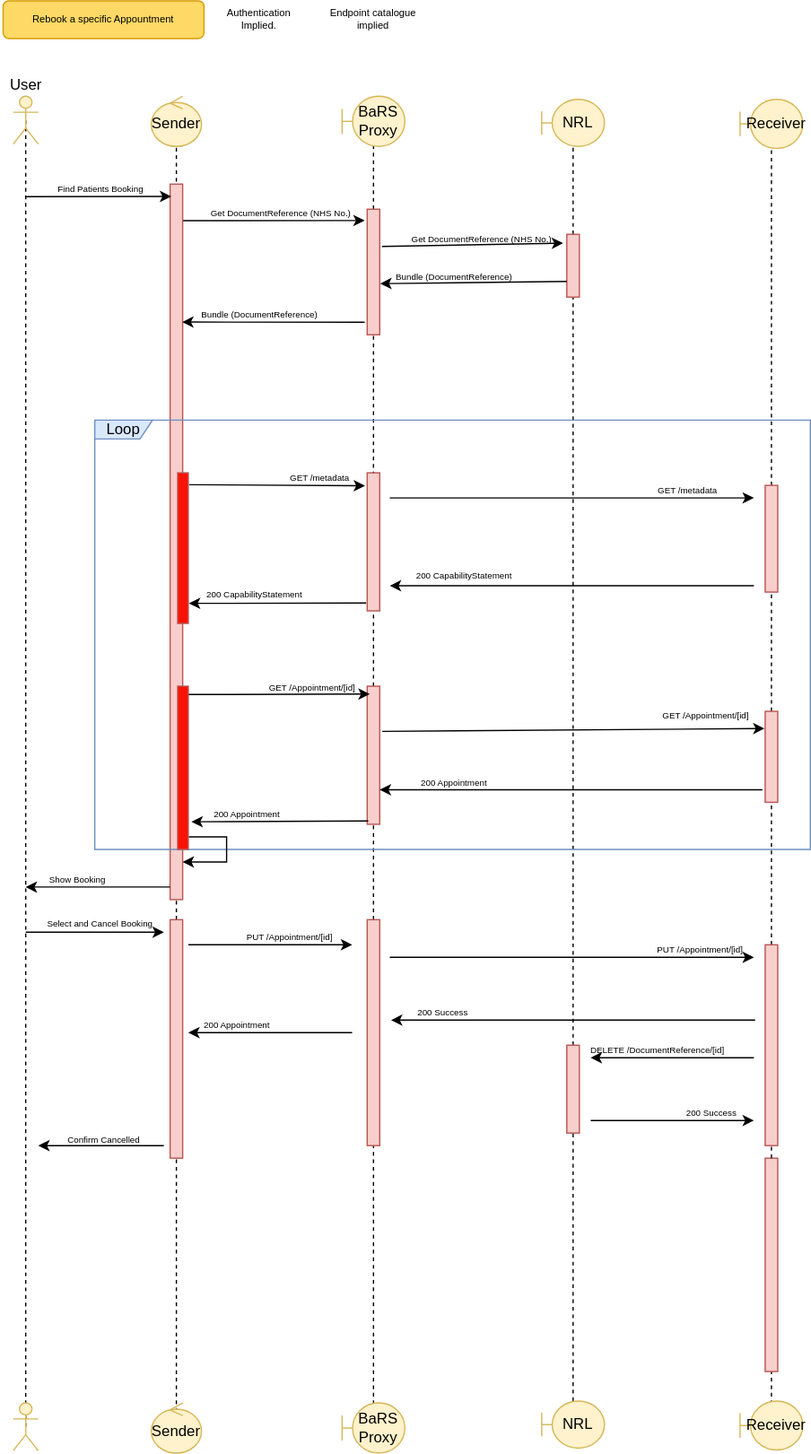
The draw.io diagram src/images/SequenceDiagrams/BaRS_Foundation_Cancel.drawio.svg in NHSDigital/booking-and-referral-media, before a commit. Source tidied: cells renumbered, new cells last; positions are measured from the earlier drawing's top-left corner, leaving out a move shared by most shapes.
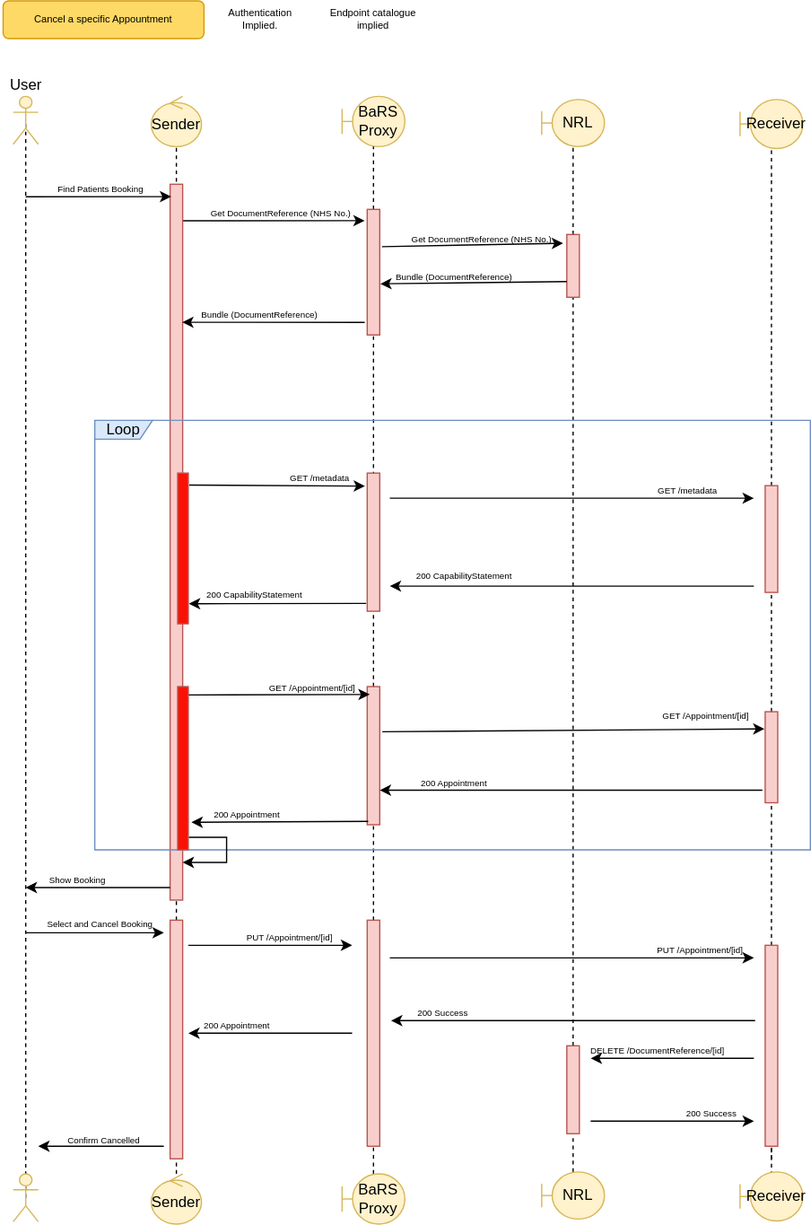
The same file after the commit.

Diff of the diagram source:
```diff
@@ -137,7 +137,7 @@
     <mxCell id="40" value="Show Booking" style="text;html=1;strokeColor=none;fillColor=none;align=center;verticalAlign=middle;whiteSpace=wrap;rounded=0;fontSize=7;" parent="1" vertex="1">
       <mxGeometry y="686" width="123" height="30" as="geometry" />
     </mxCell>
-    <mxCell id="41" value="Rebook a specific Appountment" style="rounded=1;whiteSpace=wrap;html=1;fontSize=8;fillColor=#FFD966;strokeColor=#d79b00;" parent="1" vertex="1">
+    <mxCell id="41" value="Cancel a specific Appountment" style="rounded=1;whiteSpace=wrap;html=1;fontSize=8;fillColor=#FFD966;strokeColor=#d79b00;" parent="1" vertex="1">
       <mxGeometry x="2" width="160" height="30" as="geometry" />
     </mxCell>
     <mxCell id="42" value="Authentication Implied." style="text;html=1;strokeColor=none;fillColor=none;align=center;verticalAlign=middle;whiteSpace=wrap;rounded=0;fontSize=8;" parent="1" vertex="1">
@@ -146,30 +146,24 @@
     <mxCell id="43" value="Endpoint catalogue implied" style="text;html=1;strokeColor=none;fillColor=none;align=center;verticalAlign=middle;whiteSpace=wrap;rounded=0;fontSize=8;" parent="1" vertex="1">
       <mxGeometry x="250" width="94" height="30" as="geometry" />
     </mxCell>
-    <mxCell id="44" style="endArrow=none;html=1;rounded=0;dashed=1;strokeWidth=1;" parent="1" edge="1" target="45">
-      <mxGeometry relative="1" as="geometry">
-        <mxPoint x="140" y="1142" as="sourcePoint" />
-      </mxGeometry>
+    <mxCell id="44" style="endArrow=none;html=1;rounded=0;dashed=1;strokeWidth=1;" parent="1" edge="1" source="83" target="45">
+      <mxGeometry relative="1" as="geometry" />
     </mxCell>
     <mxCell id="45" style="rounded=0;whiteSpace=wrap;html=1;fillColor=#f8cecc;strokeColor=#b85450;" parent="1" vertex="1">
       <mxGeometry x="135" y="732" width="10" height="190" as="geometry" />
     </mxCell>
-    <mxCell id="46" style="endArrow=none;html=1;rounded=0;dashed=1;strokeWidth=1;" parent="1" edge="1" target="47">
-      <mxGeometry relative="1" as="geometry">
-        <mxPoint x="297" y="1142" as="sourcePoint" />
-      </mxGeometry>
+    <mxCell id="46" style="endArrow=none;html=1;rounded=0;dashed=1;strokeWidth=1;" parent="1" edge="1" source="84" target="47">
+      <mxGeometry relative="1" as="geometry" />
     </mxCell>
     <mxCell id="47" style="rounded=0;whiteSpace=wrap;html=1;fillColor=#f8cecc;strokeColor=#b85450;" parent="1" vertex="1">
       <mxGeometry x="292" y="732" width="10" height="180" as="geometry" />
     </mxCell>
-    <mxCell id="48" style="endArrow=none;html=1;rounded=0;dashed=1;strokeWidth=1;" parent="1" edge="1" target="49">
+    <mxCell id="48" style="endArrow=none;html=1;rounded=0;dashed=1;strokeWidth=1;" parent="1" edge="1">
       <mxGeometry relative="1" as="geometry">
-        <mxPoint x="614" y="1142" as="sourcePoint" />
+        <mxPoint x="614" y="959" as="sourcePoint" />
+        <mxPoint x="614" y="909" as="targetPoint" />
       </mxGeometry>
     </mxCell>
-    <mxCell id="49" style="rounded=0;whiteSpace=wrap;html=1;fillColor=#f8cecc;strokeColor=#b85450;" parent="1" vertex="1">
-      <mxGeometry x="609" y="922" width="10" height="170" as="geometry" />
-    </mxCell>
     <mxCell id="50" style="endArrow=none;html=1;rounded=0;dashed=1;strokeWidth=1;" parent="1" edge="1" source="85" target="51">
       <mxGeometry relative="1" as="geometry" />
     </mxCell>
@@ -185,8 +179,10 @@
     <mxCell id="54" style="rounded=0;whiteSpace=wrap;html=1;fillColor=#f8cecc;strokeColor=#b85450;" parent="1" vertex="1">
       <mxGeometry x="292" y="376" width="10" height="110" as="geometry" />
     </mxCell>
-    <mxCell id="55" style="endArrow=none;html=1;rounded=0;dashed=1;strokeWidth=1;" parent="1" edge="1" source="49" target="56">
-      <mxGeometry relative="1" as="geometry" />
+    <mxCell id="55" style="endArrow=none;html=1;rounded=0;dashed=1;strokeWidth=1;" parent="1" edge="1" target="56">
+      <mxGeometry relative="1" as="geometry">
+        <mxPoint x="614" y="922" as="sourcePoint" />
+      </mxGeometry>
     </mxCell>
     <mxCell id="56" style="rounded=0;whiteSpace=wrap;html=1;fillColor=#f8cecc;strokeColor=#b85450;" parent="1" vertex="1">
       <mxGeometry x="609" y="752" width="10" height="160" as="geometry" />
@@ -299,19 +295,19 @@
       <mxGeometry x="20.5" y="893" width="123" height="30" as="geometry" />
     </mxCell>
     <mxCell id="82" value="&lt;br&gt;&lt;br&gt;&lt;br&gt;&lt;br&gt;&lt;br&gt;&lt;br&gt;&lt;br&gt;" style="shape=umlActor;verticalLabelPosition=top;verticalAlign=bottom;html=1;fillColor=#fff2cc;strokeColor=#d6b656;labelPosition=center;align=center;" parent="1" vertex="1">
-      <mxGeometry x="10" y="1117" width="20" height="38.1" as="geometry" />
+      <mxGeometry x="10" y="934" width="20" height="38.1" as="geometry" />
     </mxCell>
     <mxCell id="83" value="Sender" style="ellipse;shape=umlControl;whiteSpace=wrap;html=1;fillColor=#fff2cc;strokeColor=#d6b656;" parent="1" vertex="1">
-      <mxGeometry x="120" y="1117" width="40" height="40" as="geometry" />
+      <mxGeometry x="120" y="934" width="40" height="40" as="geometry" />
     </mxCell>
     <mxCell id="84" value="BaRS Proxy" style="shape=umlBoundary;whiteSpace=wrap;html=1;fillColor=#fff2cc;strokeColor=#d6b656;" parent="1" vertex="1">
-      <mxGeometry x="272" y="1117" width="50" height="40" as="geometry" />
+      <mxGeometry x="272" y="934" width="50" height="40" as="geometry" />
     </mxCell>
     <mxCell id="85" value="NRL" style="shape=umlBoundary;whiteSpace=wrap;html=1;fillColor=#fff2cc;strokeColor=#d6b656;" parent="1" vertex="1">
-      <mxGeometry x="431" y="1115.5" width="50" height="37.5" as="geometry" />
+      <mxGeometry x="431" y="932.5" width="50" height="37.5" as="geometry" />
     </mxCell>
     <mxCell id="86" value="Receiver" style="shape=umlBoundary;whiteSpace=wrap;html=1;fillColor=#fff2cc;strokeColor=#d6b656;" parent="1" vertex="1">
-      <mxGeometry x="589" y="1115.5" width="50" height="39" as="geometry" />
+      <mxGeometry x="589" y="932.5" width="50" height="39" as="geometry" />
     </mxCell>
     <mxCell id="87" style="rounded=0;whiteSpace=wrap;html=1;fillColor=#f8cecc;strokeColor=#b85450;" parent="1" vertex="1">
       <mxGeometry x="609" y="566" width="10" height="72.5" as="geometry" />
```
